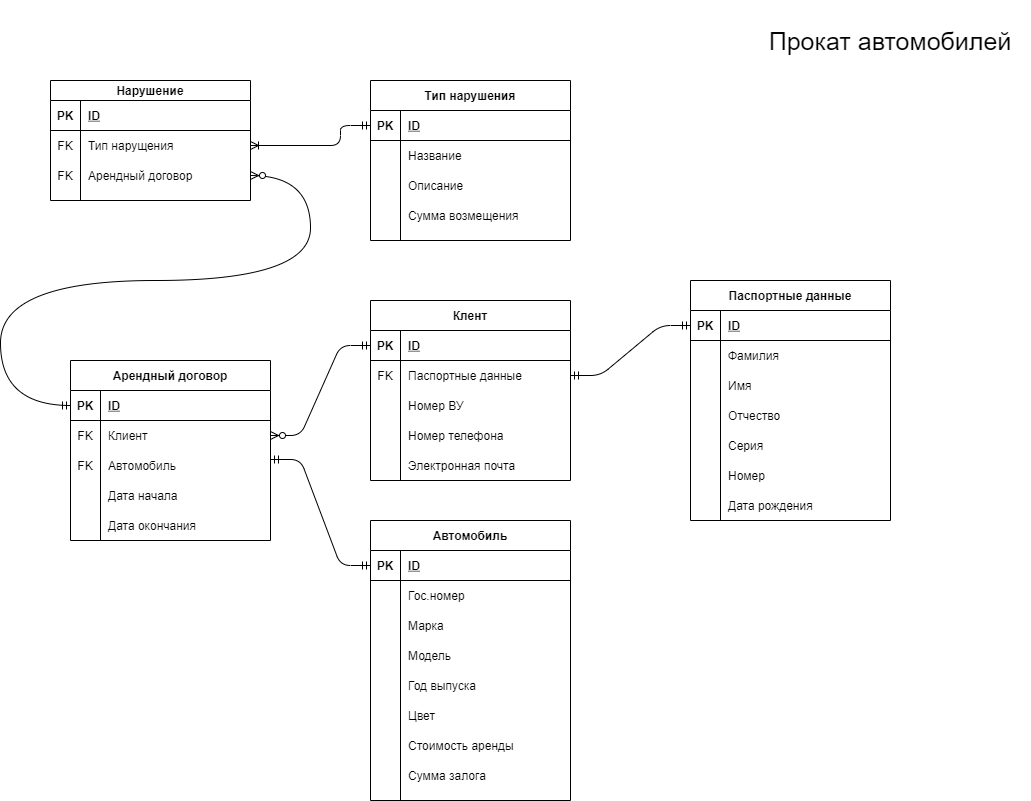
The draw.io diagram er/market.drawio.png in agrowein/database-project, before a commit. Source tidied: cells renumbered, new cells last; positions are measured from the earlier drawing's top-left corner, leaving out a move shared by most shapes.
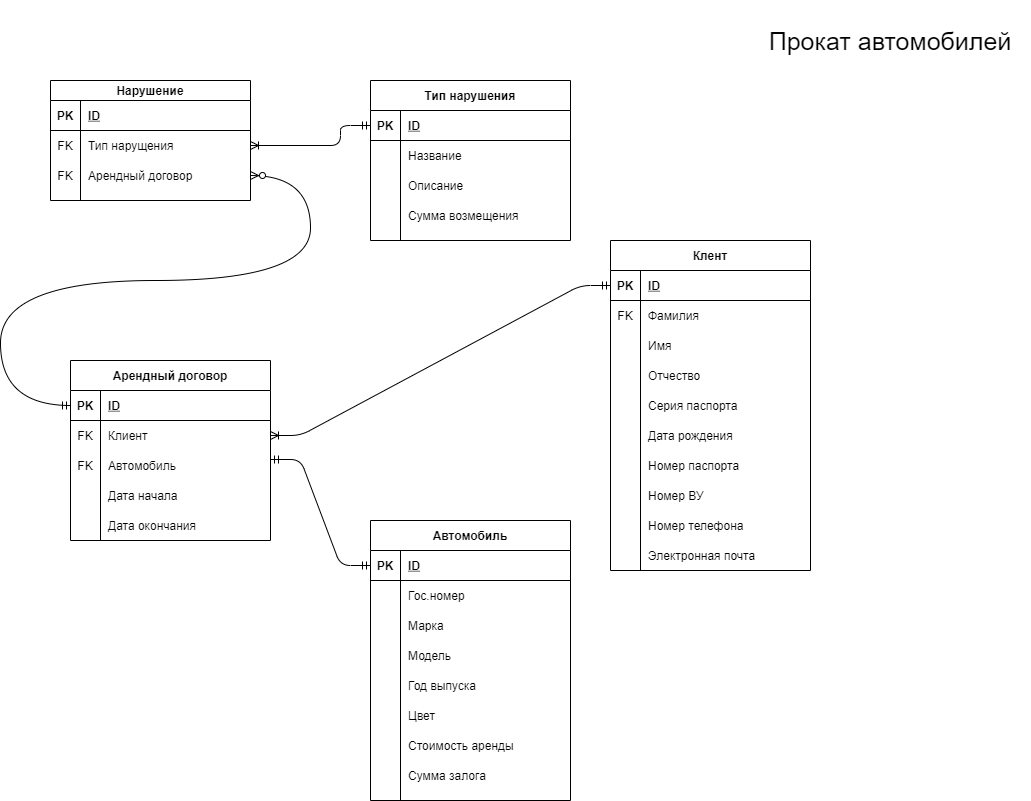
After the change.

Change to the diagram source:
```diff
@@ -81,7 +81,7 @@
       <mxGeometry x="30" width="170" height="30" as="geometry" />
     </mxCell>
     <mxCell id="28" value="Клент" style="shape=table;startSize=30;rowLines=0;fontStyle=1;align=center;" parent="1" vertex="1">
-      <mxGeometry x="370" y="300" width="200" height="180" as="geometry" />
+      <mxGeometry x="610" y="240" width="200" height="330" as="geometry" />
     </mxCell>
     <mxCell id="29" style="shape=partialRectangle;fillColor=none;top=0;left=0;bottom=1;right=0;points=[[0,0.5],[1,0.5]];portConstraint=eastwest;" parent="28" vertex="1">
       <mxGeometry y="30" width="200" height="30" as="geometry" />
@@ -98,11 +98,56 @@
     <mxCell id="33" value="FK" style="shape=partialRectangle;fillColor=none;top=0;left=0;bottom=0;right=0;overflow=hidden;" parent="32" vertex="1">
       <mxGeometry width="30" height="30" as="geometry" />
     </mxCell>
-    <mxCell id="34" value="Паспортные данные" style="shape=partialRectangle;fillColor=none;top=0;left=0;bottom=0;right=0;align=left;spacingLeft=6;overflow=hidden;" parent="32" vertex="1">
+    <mxCell id="34" value="Фамилия" style="shape=partialRectangle;fillColor=none;top=0;left=0;bottom=0;right=0;align=left;spacingLeft=6;overflow=hidden;" parent="32" vertex="1">
       <mxGeometry x="30" width="170" height="30" as="geometry" />
     </mxCell>
+    <mxCell id="110" style="shape=partialRectangle;fillColor=none;top=0;left=0;bottom=0;right=0;hachureGap=4;" parent="28" vertex="1">
+      <mxGeometry y="90" width="200" height="30" as="geometry" />
+    </mxCell>
+    <mxCell id="111" style="shape=partialRectangle;fillColor=none;top=0;left=0;bottom=0;right=0;overflow=hidden;" parent="110" vertex="1">
+      <mxGeometry width="30" height="30" as="geometry" />
+    </mxCell>
+    <mxCell id="69" value="Имя" style="shape=partialRectangle;fillColor=none;top=0;left=0;bottom=0;right=0;align=left;spacingLeft=6;overflow=hidden;" parent="110" vertex="1">
+      <mxGeometry x="30" width="170" height="30" as="geometry" />
+    </mxCell>
+    <mxCell id="112" style="shape=partialRectangle;fillColor=none;top=0;left=0;bottom=0;right=0;hachureGap=4;" parent="28" vertex="1">
+      <mxGeometry y="120" width="200" height="30" as="geometry" />
+    </mxCell>
+    <mxCell id="113" style="shape=partialRectangle;fillColor=none;top=0;left=0;bottom=0;right=0;overflow=hidden;" parent="112" vertex="1">
+      <mxGeometry width="30" height="30" as="geometry" />
+    </mxCell>
+    <mxCell id="72" value="Отчество" style="shape=partialRectangle;fillColor=none;top=0;left=0;bottom=0;right=0;align=left;spacingLeft=6;overflow=hidden;" parent="112" vertex="1">
+      <mxGeometry x="30" width="170" height="30" as="geometry" />
+    </mxCell>
+    <mxCell id="114" style="shape=partialRectangle;fillColor=none;top=0;left=0;bottom=0;right=0;hachureGap=4;" parent="28" vertex="1">
+      <mxGeometry y="150" width="200" height="30" as="geometry" />
+    </mxCell>
+    <mxCell id="115" style="shape=partialRectangle;fillColor=none;top=0;left=0;bottom=0;right=0;overflow=hidden;" parent="114" vertex="1">
+      <mxGeometry width="30" height="30" as="geometry" />
+    </mxCell>
+    <mxCell id="116" value="Серия паспорта" style="shape=partialRectangle;fillColor=none;top=0;left=0;bottom=0;right=0;align=left;spacingLeft=6;overflow=hidden;" parent="114" vertex="1">
+      <mxGeometry x="30" width="170" height="30" as="geometry" />
+    </mxCell>
+    <mxCell id="117" style="shape=partialRectangle;fillColor=none;top=0;left=0;bottom=0;right=0;hachureGap=4;" parent="28" vertex="1">
+      <mxGeometry y="180" width="200" height="30" as="geometry" />
+    </mxCell>
+    <mxCell id="118" style="shape=partialRectangle;fillColor=none;top=0;left=0;bottom=0;right=0;overflow=hidden;" parent="117" vertex="1">
+      <mxGeometry width="30" height="30" as="geometry" />
+    </mxCell>
+    <mxCell id="81" value="Дата рождения" style="shape=partialRectangle;fillColor=none;top=0;left=0;bottom=0;right=0;align=left;spacingLeft=6;overflow=hidden;" parent="117" vertex="1">
+      <mxGeometry x="30" width="170" height="30" as="geometry" />
+    </mxCell>
+    <mxCell id="119" style="shape=partialRectangle;fillColor=none;top=0;left=0;bottom=0;right=0;hachureGap=4;" parent="28" vertex="1">
+      <mxGeometry y="210" width="200" height="30" as="geometry" />
+    </mxCell>
+    <mxCell id="120" style="shape=partialRectangle;fillColor=none;top=0;left=0;bottom=0;right=0;overflow=hidden;" parent="119" vertex="1">
+      <mxGeometry width="30" height="30" as="geometry" />
+    </mxCell>
+    <mxCell id="121" value="Номер паспорта" style="shape=partialRectangle;fillColor=none;top=0;left=0;bottom=0;right=0;align=left;spacingLeft=6;overflow=hidden;" parent="119" vertex="1">
+      <mxGeometry x="30" width="170" height="30" as="geometry" />
+    </mxCell>
     <mxCell id="35" style="shape=partialRectangle;fillColor=none;top=0;left=0;bottom=0;right=0;" parent="28" vertex="1">
-      <mxGeometry y="90" width="200" height="30" as="geometry" />
+      <mxGeometry y="240" width="200" height="30" as="geometry" />
     </mxCell>
     <mxCell id="36" style="shape=partialRectangle;fillColor=none;top=0;left=0;bottom=0;right=0;overflow=hidden;" parent="35" vertex="1">
       <mxGeometry width="30" height="30" as="geometry" />
@@ -111,7 +156,7 @@
       <mxGeometry x="30" width="170" height="30" as="geometry" />
     </mxCell>
     <mxCell id="38" style="shape=partialRectangle;fillColor=none;top=0;left=0;bottom=0;right=0;" parent="28" vertex="1">
-      <mxGeometry y="120" width="200" height="30" as="geometry" />
+      <mxGeometry y="270" width="200" height="30" as="geometry" />
     </mxCell>
     <mxCell id="39" style="shape=partialRectangle;fillColor=none;top=0;left=0;bottom=0;right=0;overflow=hidden;" parent="38" vertex="1">
       <mxGeometry width="30" height="30" as="geometry" />
@@ -120,7 +165,7 @@
       <mxGeometry x="30" width="170" height="30" as="geometry" />
     </mxCell>
     <mxCell id="41" style="shape=partialRectangle;fillColor=none;top=0;left=0;bottom=0;right=0;" parent="28" vertex="1">
-      <mxGeometry y="150" width="200" height="30" as="geometry" />
+      <mxGeometry y="300" width="200" height="30" as="geometry" />
     </mxCell>
     <mxCell id="42" style="shape=partialRectangle;fillColor=none;top=0;left=0;bottom=0;right=0;overflow=hidden;" parent="41" vertex="1">
       <mxGeometry width="30" height="30" as="geometry" />
@@ -176,72 +221,6 @@
     <mxCell id="59" value="Дата окончания" style="shape=partialRectangle;fillColor=none;top=0;left=0;bottom=0;right=0;align=left;spacingLeft=6;overflow=hidden;" parent="57" vertex="1">
       <mxGeometry x="30" width="170" height="30" as="geometry" />
     </mxCell>
-    <mxCell id="60" value="Паспортные данные" style="shape=table;startSize=30;rowLines=0;fontStyle=1;align=center;" parent="1" vertex="1">
-      <mxGeometry x="690" y="280" width="200" height="240" as="geometry" />
-    </mxCell>
-    <mxCell id="61" style="shape=partialRectangle;fillColor=none;top=0;left=0;bottom=1;right=0;points=[[0,0.5],[1,0.5]];portConstraint=eastwest;" parent="60" vertex="1">
-      <mxGeometry y="30" width="200" height="30" as="geometry" />
-    </mxCell>
-    <mxCell id="62" value="PK" style="shape=partialRectangle;fillColor=none;top=0;left=0;bottom=0;right=0;fontStyle=1;overflow=hidden;" parent="61" vertex="1">
-      <mxGeometry width="30" height="30" as="geometry" />
-    </mxCell>
-    <mxCell id="63" value="ID" style="shape=partialRectangle;fillColor=none;top=0;left=0;bottom=0;right=0;align=left;spacingLeft=6;fontStyle=5;overflow=hidden;" parent="61" vertex="1">
-      <mxGeometry x="30" width="170" height="30" as="geometry" />
-    </mxCell>
-    <mxCell id="64" style="shape=partialRectangle;fillColor=none;top=0;left=0;bottom=0;right=0;" parent="60" vertex="1">
-      <mxGeometry y="60" width="200" height="30" as="geometry" />
-    </mxCell>
-    <mxCell id="65" style="shape=partialRectangle;fillColor=none;top=0;left=0;bottom=0;right=0;overflow=hidden;" parent="64" vertex="1">
-      <mxGeometry width="30" height="30" as="geometry" />
-    </mxCell>
-    <mxCell id="66" value="Фамилия" style="shape=partialRectangle;fillColor=none;top=0;left=0;bottom=0;right=0;align=left;spacingLeft=6;overflow=hidden;" parent="64" vertex="1">
-      <mxGeometry x="30" width="170" height="30" as="geometry" />
-    </mxCell>
-    <mxCell id="67" style="shape=partialRectangle;fillColor=none;top=0;left=0;bottom=0;right=0;" parent="60" vertex="1">
-      <mxGeometry y="90" width="200" height="30" as="geometry" />
-    </mxCell>
-    <mxCell id="68" style="shape=partialRectangle;fillColor=none;top=0;left=0;bottom=0;right=0;overflow=hidden;" parent="67" vertex="1">
-      <mxGeometry width="30" height="30" as="geometry" />
-    </mxCell>
-    <mxCell id="69" value="Имя" style="shape=partialRectangle;fillColor=none;top=0;left=0;bottom=0;right=0;align=left;spacingLeft=6;overflow=hidden;" parent="67" vertex="1">
-      <mxGeometry x="30" width="170" height="30" as="geometry" />
-    </mxCell>
-    <mxCell id="70" style="shape=partialRectangle;fillColor=none;top=0;left=0;bottom=0;right=0;" parent="60" vertex="1">
-      <mxGeometry y="120" width="200" height="30" as="geometry" />
-    </mxCell>
-    <mxCell id="71" style="shape=partialRectangle;fillColor=none;top=0;left=0;bottom=0;right=0;overflow=hidden;" parent="70" vertex="1">
-      <mxGeometry width="30" height="30" as="geometry" />
-    </mxCell>
-    <mxCell id="72" value="Отчество" style="shape=partialRectangle;fillColor=none;top=0;left=0;bottom=0;right=0;align=left;spacingLeft=6;overflow=hidden;" parent="70" vertex="1">
-      <mxGeometry x="30" width="170" height="30" as="geometry" />
-    </mxCell>
-    <mxCell id="73" style="shape=partialRectangle;fillColor=none;top=0;left=0;bottom=0;right=0;" parent="60" vertex="1">
-      <mxGeometry y="150" width="200" height="30" as="geometry" />
-    </mxCell>
-    <mxCell id="74" style="shape=partialRectangle;fillColor=none;top=0;left=0;bottom=0;right=0;overflow=hidden;" parent="73" vertex="1">
-      <mxGeometry width="30" height="30" as="geometry" />
-    </mxCell>
-    <mxCell id="75" value="Серия" style="shape=partialRectangle;fillColor=none;top=0;left=0;bottom=0;right=0;align=left;spacingLeft=6;overflow=hidden;" parent="73" vertex="1">
-      <mxGeometry x="30" width="170" height="30" as="geometry" />
-    </mxCell>
-    <mxCell id="76" style="shape=partialRectangle;fillColor=none;top=0;left=0;bottom=0;right=0;" parent="60" vertex="1">
-      <mxGeometry y="180" width="200" height="30" as="geometry" />
-    </mxCell>
-    <mxCell id="77" style="shape=partialRectangle;fillColor=none;top=0;left=0;bottom=0;right=0;overflow=hidden;" parent="76" vertex="1">
-      <mxGeometry width="30" height="30" as="geometry" />
-    </mxCell>
-    <mxCell id="78" value="Номер" style="shape=partialRectangle;fillColor=none;top=0;left=0;bottom=0;right=0;align=left;spacingLeft=6;overflow=hidden;" parent="76" vertex="1">
-      <mxGeometry x="30" width="170" height="30" as="geometry" />
-    </mxCell>
-    <mxCell id="79" style="shape=partialRectangle;fillColor=none;top=0;left=0;bottom=0;right=0;" parent="60" vertex="1">
-      <mxGeometry y="210" width="200" height="30" as="geometry" />
-    </mxCell>
-    <mxCell id="80" style="shape=partialRectangle;fillColor=none;top=0;left=0;bottom=0;right=0;overflow=hidden;" parent="79" vertex="1">
-      <mxGeometry width="30" height="30" as="geometry" />
-    </mxCell>
-    <mxCell id="81" value="Дата рождения" style="shape=partialRectangle;fillColor=none;top=0;left=0;bottom=0;right=0;align=left;spacingLeft=6;overflow=hidden;" parent="79" vertex="1">
-      <mxGeometry x="30" width="170" height="30" as="geometry" />
-    </mxCell>
     <mxCell id="82" value="Нарушение" style="shape=table;startSize=20;rowLines=0;fontStyle=1;align=center;" parent="1" vertex="1">
       <mxGeometry x="50" y="80" width="200" height="120" as="geometry" />
     </mxCell>
@@ -311,9 +290,6 @@
     <mxCell id="104" value="Сумма возмещения" style="shape=partialRectangle;fillColor=none;top=0;left=0;bottom=0;right=0;align=left;spacingLeft=6;overflow=hidden;" parent="102" vertex="1">
       <mxGeometry x="30" width="170" height="30" as="geometry" />
     </mxCell>
-    <mxCell id="105" style="edgeStyle=entityRelationEdgeStyle;fontSize=12;html=1;endArrow=ERmandOne;startArrow=ERmandOne;exitX=1;exitY=0.5;exitDx=0;exitDy=0;entryX=0;entryY=0.5;entryDx=0;entryDy=0;" parent="1" edge="1" source="32" target="61">
-      <mxGeometry relative="1" as="geometry" />
-    </mxCell>
     <mxCell id="106" style="edgeStyle=orthogonalEdgeStyle;fontSize=12;html=1;endArrow=ERmandOne;endFill=0;exitX=1;exitY=0.5;exitDx=0;exitDy=0;startArrow=ERzeroToMany;startFill=1;entryX=0;entryY=0.5;entryDx=0;entryDy=0;elbow=vertical;curved=1;" parent="1" edge="1" source="89" target="45">
       <mxGeometry relative="1" as="geometry">
         <Array as="points">
@@ -339,7 +315,7 @@
     <mxCell id="108" style="edgeStyle=entityRelationEdgeStyle;fontSize=12;html=1;endArrow=ERmandOne;startArrow=ERmandOne;exitX=1;exitY=0.3;exitDx=0;exitDy=0;exitPerimeter=0;entryX=0;entryY=0.5;entryDx=0;entryDy=0;" parent="1" edge="1" source="51" target="4">
       <mxGeometry relative="1" as="geometry" />
     </mxCell>
-    <mxCell id="109" style="edgeStyle=entityRelationEdgeStyle;fontSize=12;html=1;endArrow=ERmandOne;exitX=1;exitY=0.5;exitDx=0;exitDy=0;entryX=0;entryY=0.5;entryDx=0;entryDy=0;startArrow=ERzeroToMany;startFill=1;" parent="1" edge="1" source="48" target="29">
+    <mxCell id="109" style="edgeStyle=entityRelationEdgeStyle;fontSize=12;html=1;endArrow=ERmandOne;exitX=1;exitY=0.5;exitDx=0;exitDy=0;entryX=0;entryY=0.5;entryDx=0;entryDy=0;startArrow=ERoneToMany;startFill=0;" parent="1" edge="1" source="48" target="29">
       <mxGeometry relative="1" as="geometry" />
     </mxCell>
   </root>
```
